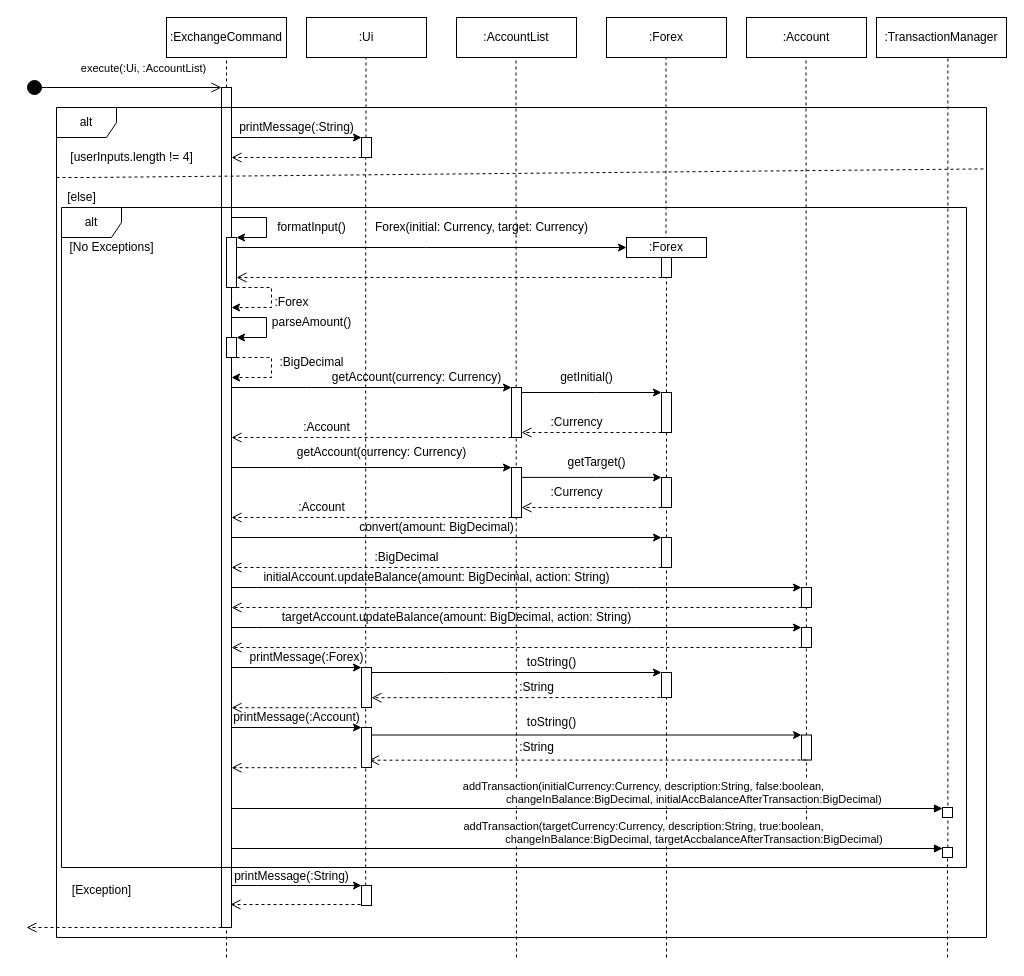
Above: docs/diagrams/ExchangeSeqDiagram.drawio in woowenjun99/tp (draw.io), before the change. Source tidied: cells renumbered, new cells numbered last; positions are measured from the earlier drawing's top-left corner, leaving out a move shared by most shapes. Both pictures are drawn from the tidied source at 100%, with x=0, y=0 at pixel (26, 17).
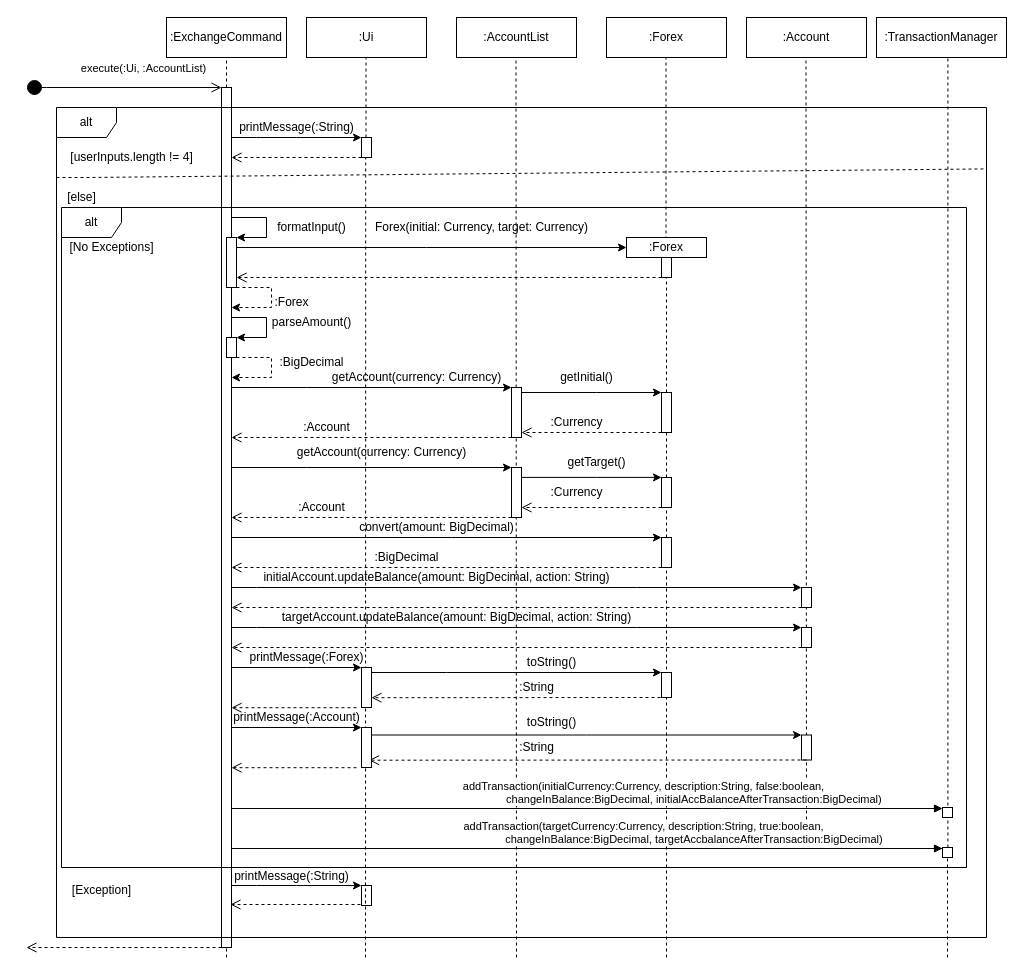
Above is the later version.

Commit message (it also covers changes not shown here):
Modify seq diagram

The change refers to these unchanged cells:
```xml
<mxCell id="94" style="html=1;points=[];perimeter=orthogonalPerimeter;outlineConnect=0;targetShapes=umlLifeline;portConstraint=eastwest;newEdgeStyle={&quot;edgeStyle&quot;:&quot;elbowEdgeStyle&quot;,&quot;elbow&quot;:&quot;vertical&quot;,&quot;curved&quot;:0,&quot;rounded&quot;:0};" parent="1" vertex="1">
  <mxGeometry x="335" y="868" width="10" height="20" as="geometry" />
</mxCell>
```

Diff of the diagram source:
```diff
@@
     <mxCell id="14" style="html=1;points=[];perimeter=orthogonalPerimeter;outlineConnect=0;targetShapes=umlLifeline;portConstraint=eastwest;newEdgeStyle={&quot;edgeStyle&quot;:&quot;elbowEdgeStyle&quot;,&quot;elbow&quot;:&quot;vertical&quot;,&quot;curved&quot;:0,&quot;rounded&quot;:0};" parent="1" vertex="1">
-      <mxGeometry x="195" y="70" width="10" height="840" as="geometry" />
+      <mxGeometry x="195" y="70" width="10" height="860" as="geometry" />
     </mxCell>
@@
     <mxCell id="98" style="html=1;verticalAlign=bottom;endArrow=open;dashed=1;endSize=8;edgeStyle=elbowEdgeStyle;elbow=vertical;curved=0;rounded=0;" parent="1" edge="1">
       <mxGeometry relative="1" as="geometry">
-        <mxPoint x="195" y="910" as="sourcePoint" />
-        <mxPoint y="910" as="targetPoint" />
+        <mxPoint x="195" y="930" as="sourcePoint" />
+        <mxPoint y="930" as="targetPoint" />
         <Array as="points">
-          <mxPoint x="150" y="910" />
-          <mxPoint x="110" y="920" />
+          <mxPoint x="150" y="930" />
+          <mxPoint x="110" y="940" />
         </Array>
       </mxGeometry>
     </mxCell>
@@
-    <mxCell id="103" style="endArrow=none;dashed=1;html=1;rounded=0;entryX=0.5;entryY=1;entryDx=0;entryDy=0;" parent="1" edge="1" source="94">
+    <mxCell id="103" style="endArrow=none;dashed=1;html=1;rounded=0;entryX=0.5;entryY=1;entryDx=0;entryDy=0;" parent="1" edge="1">
       <mxGeometry relative="1" as="geometry">
+        <mxPoint x="339" y="940" as="sourcePoint" />
         <mxPoint x="339.2" y="140" as="targetPoint" />
       </mxGeometry>
     </mxCell>
```
